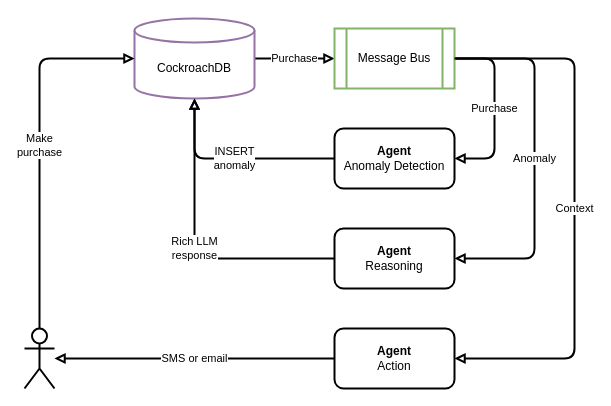
Above: ai_ml/fraud_detection/architecture/agent_flow.drawio in cockroachdb/demo-video-code (draw.io), before the change. Source tidied: cells renumbered, new cells numbered last; positions are measured from the earlier drawing's top-left corner, leaving out a move shared by most shapes. Both pictures are drawn from the tidied source at 100%, with x=0, y=0 at pixel (24, 18).
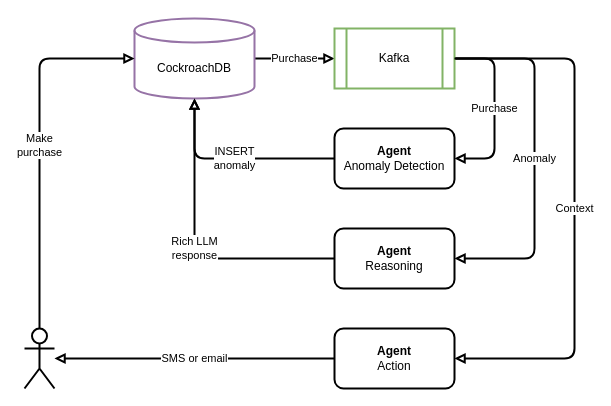
Above is the later version.

What changed in the source:
```diff
@@
-    <mxCell id="6" value="Message Bus" style="shape=process;whiteSpace=wrap;html=1;backgroundOutline=1;fillColor=none;strokeColor=#82b366;strokeWidth=2;" parent="1" vertex="1">
+    <mxCell id="6" value="Kafka" style="shape=process;whiteSpace=wrap;html=1;backgroundOutline=1;fillColor=none;strokeColor=#82b366;strokeWidth=2;" parent="1" vertex="1">
       <mxGeometry x="310" y="10" width="120" height="60" as="geometry" />
     </mxCell>
```
